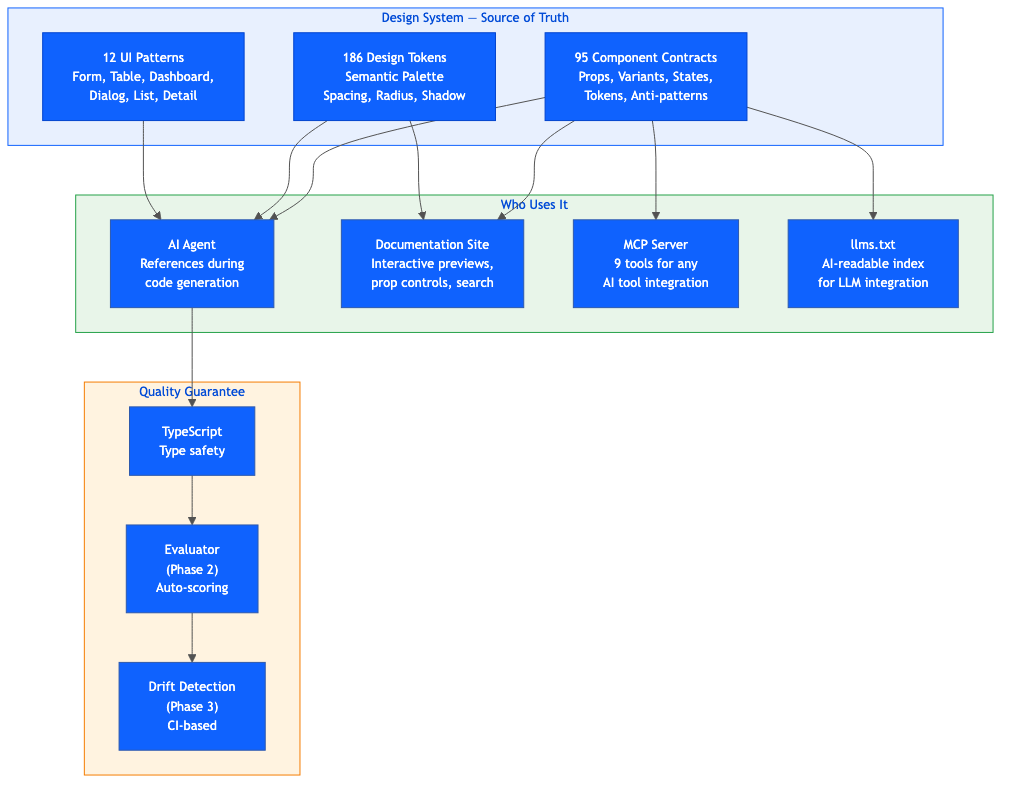
kyungjaeha-moloco/moloco-inspect keeps this Mermaid diagram as docs/images/04-design-system.png. Above is the earlier version. Its source is kept beside it as docs/images/04-design-system.mmd. Its diagram source:
```mermaid
%%{init: {'theme': 'base', 'themeVariables': { 'primaryColor': '#0f62fe', 'primaryTextColor': '#fff', 'lineColor': '#525252', 'fontSize': '13px' }}}%%
flowchart TB
    subgraph DS["Design System — Source of Truth"]
        COMP["95 Component Contracts<br/>Props, Variants, States,<br/>Tokens, Anti-patterns"]
        TOKENS["186 Design Tokens<br/>Semantic Palette<br/>Spacing, Radius, Shadow"]
        PATTERNS["12 UI Patterns<br/>Form, Table, Dashboard,<br/>Dialog, List, Detail"]
    end

    subgraph CONSUMERS["Who Uses It"]
        AGENT_C["AI Agent<br/>References during<br/>code generation"]
        DOC["Documentation Site<br/>Interactive previews,<br/>prop controls, search"]
        MCP_C["MCP Server<br/>9 tools for any<br/>AI tool integration"]
        LLMS["llms.txt<br/>AI-readable index<br/>for LLM integration"]
    end

    subgraph QUALITY["Quality Guarantee"]
        TSC_Q["TypeScript<br/>Type safety"]
        EVAL["Evaluator<br/>(Phase 2)<br/>Auto-scoring"]
        DRIFT["Drift Detection<br/>(Phase 3)<br/>CI-based"]
    end

    COMP --> AGENT_C
    COMP --> DOC
    COMP --> MCP_C
    COMP --> LLMS
    TOKENS --> AGENT_C
    TOKENS --> DOC
    PATTERNS --> AGENT_C
    AGENT_C --> TSC_Q
    TSC_Q --> EVAL
    EVAL --> DRIFT

    style DS fill:#e8f0fe,stroke:#0f62fe
    style CONSUMERS fill:#e8f5e9,stroke:#24a148
    style QUALITY fill:#fff3e0,stroke:#f57c00
    style COMP fill:#0f62fe,stroke:#0043ce,color:#fff
    style TOKENS fill:#0f62fe,stroke:#0043ce,color:#fff
    style PATTERNS fill:#0f62fe,stroke:#0043ce,color:#fff
```
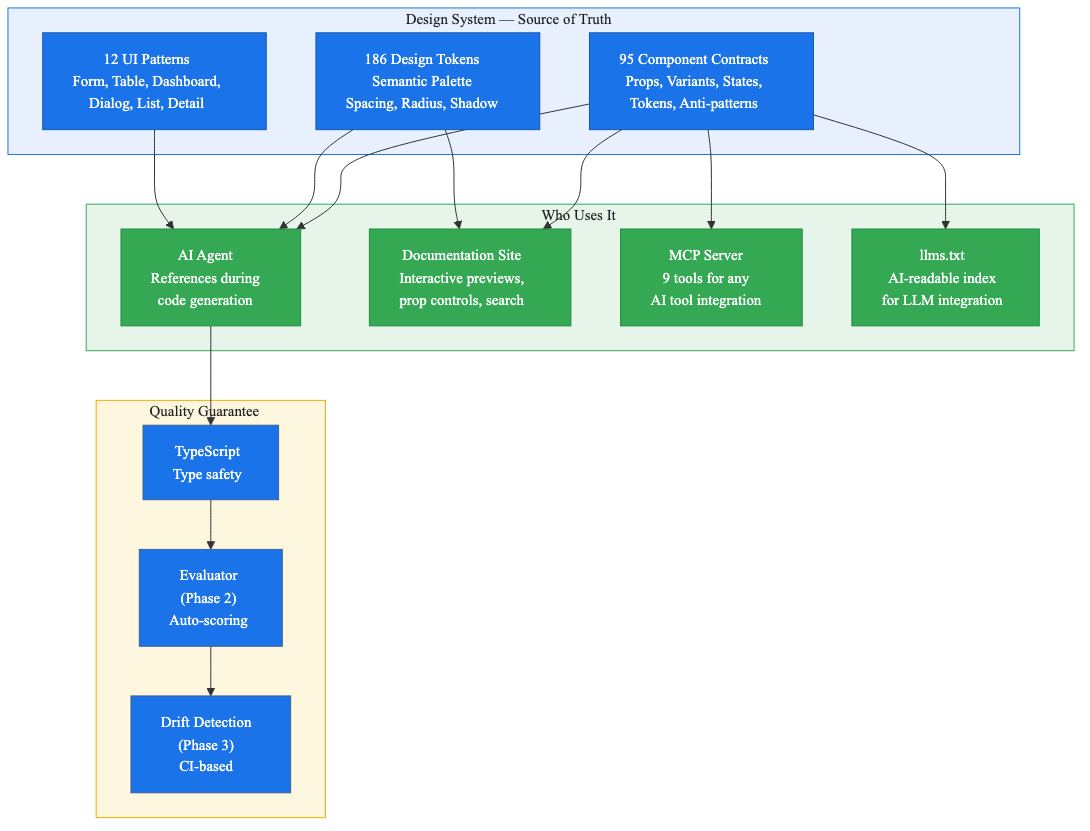
Later version of the same file.

What changed in the source:
```diff
@@ -1,22 +1,22 @@
-%%{init: {'theme': 'base', 'themeVariables': { 'primaryColor': '#0f62fe', 'primaryTextColor': '#fff', 'lineColor': '#525252', 'fontSize': '13px' }}}%%
+%%{init: {'theme': 'base', 'themeVariables': { 'primaryColor': '#1a73e8', 'primaryTextColor': '#ffffff', 'lineColor': '#333333', 'fontSize': '15px', 'fontFamily': 'Inter, Helvetica, Arial, sans-serif' }}}%%
 flowchart TB
     subgraph DS["Design System — Source of Truth"]
-        COMP["95 Component Contracts<br/>Props, Variants, States,<br/>Tokens, Anti-patterns"]
-        TOKENS["186 Design Tokens<br/>Semantic Palette<br/>Spacing, Radius, Shadow"]
-        PATTERNS["12 UI Patterns<br/>Form, Table, Dashboard,<br/>Dialog, List, Detail"]
+        COMP["95 Component Contracts\nProps, Variants, States,\nTokens, Anti-patterns"]
+        TOKENS["186 Design Tokens\nSemantic Palette\nSpacing, Radius, Shadow"]
+        PATTERNS["12 UI Patterns\nForm, Table, Dashboard,\nDialog, List, Detail"]
     end
 
     subgraph CONSUMERS["Who Uses It"]
-        AGENT_C["AI Agent<br/>References during<br/>code generation"]
-        DOC["Documentation Site<br/>Interactive previews,<br/>prop controls, search"]
-        MCP_C["MCP Server<br/>9 tools for any<br/>AI tool integration"]
-        LLMS["llms.txt<br/>AI-readable index<br/>for LLM integration"]
+        AGENT_C["AI Agent\nReferences during\ncode generation"]
+        DOC["Documentation Site\nInteractive previews,\nprop controls, search"]
+        MCP_C["MCP Server\n9 tools for any\nAI tool integration"]
+        LLMS["llms.txt\nAI-readable index\nfor LLM integration"]
     end
 
     subgraph QUALITY["Quality Guarantee"]
-        TSC_Q["TypeScript<br/>Type safety"]
-        EVAL["Evaluator<br/>(Phase 2)<br/>Auto-scoring"]
-        DRIFT["Drift Detection<br/>(Phase 3)<br/>CI-based"]
+        TSC_Q["TypeScript\nType safety"]
+        EVAL["Evaluator\n(Phase 2)\nAuto-scoring"]
+        DRIFT["Drift Detection\n(Phase 3)\nCI-based"]
     end
 
     COMP --> AGENT_C
@@ -30,9 +30,13 @@
     TSC_Q --> EVAL
     EVAL --> DRIFT
 
-    style DS fill:#e8f0fe,stroke:#0f62fe
-    style CONSUMERS fill:#e8f5e9,stroke:#24a148
-    style QUALITY fill:#fff3e0,stroke:#f57c00
-    style COMP fill:#0f62fe,stroke:#0043ce,color:#fff
-    style TOKENS fill:#0f62fe,stroke:#0043ce,color:#fff
-    style PATTERNS fill:#0f62fe,stroke:#0043ce,color:#fff
+    style DS fill:#e8f0fe,stroke:#1a73e8,color:#202124
+    style CONSUMERS fill:#e6f4ea,stroke:#34a853,color:#202124
+    style QUALITY fill:#fef7e0,stroke:#f9ab00,color:#202124
+    style COMP fill:#1a73e8,stroke:#1557b0,color:#ffffff
+    style TOKENS fill:#1a73e8,stroke:#1557b0,color:#ffffff
+    style PATTERNS fill:#1a73e8,stroke:#1557b0,color:#ffffff
+    style AGENT_C fill:#34a853,stroke:#1e8e3e,color:#ffffff
+    style DOC fill:#34a853,stroke:#1e8e3e,color:#ffffff
+    style MCP_C fill:#34a853,stroke:#1e8e3e,color:#ffffff
+    style LLMS fill:#34a853,stroke:#1e8e3e,color:#ffffff
```
